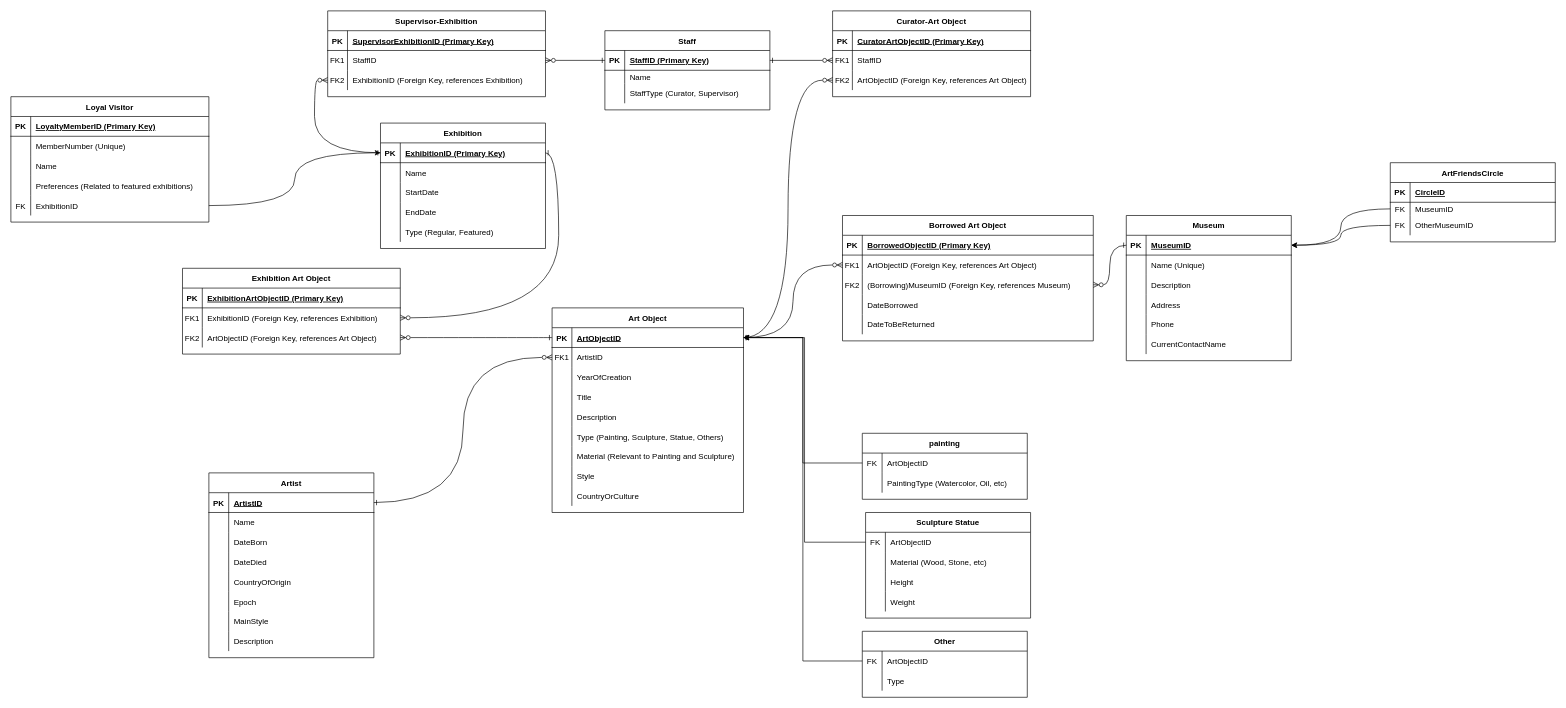
Before: 未命名绘图.drawio in Kehong254/DatabaseCA2, a draw.io diagram. Source tidied: cells renumbered, new cells numbered last; positions are measured from the earlier drawing's top-left corner, leaving out a move shared by most shapes. Both pictures are drawn from the tidied source at 66%, with x=0, y=0 at pixel (11, 11).
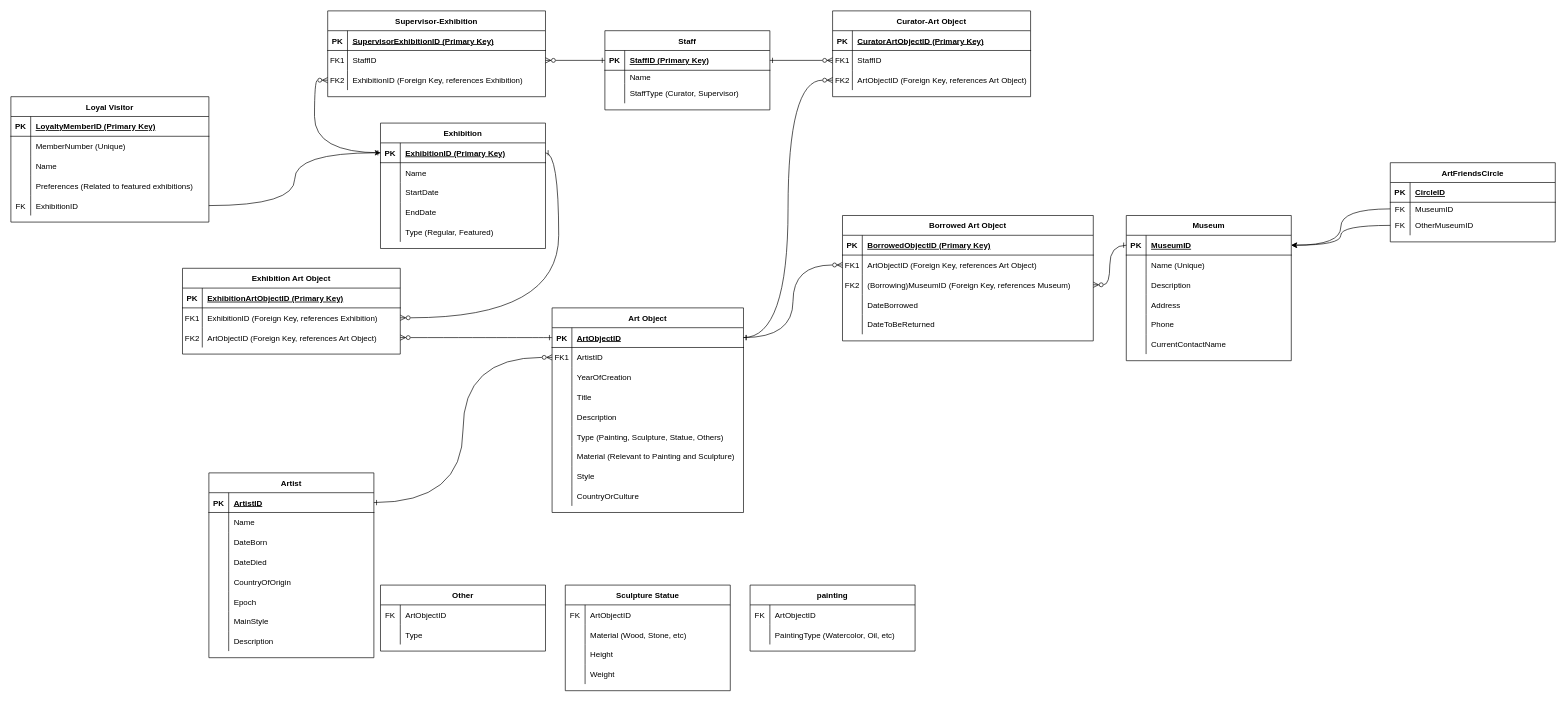
After the change.

Commit message:
更新未命名绘图.drawio

The change refers to these unchanged cells:
```xml
<mxCell id="93" style="shape=partialRectangle;fillColor=none;points=[[0,0.5],[1,0.5]];portConstraint=eastwest;top=0;left=0;right=0;bottom=1;" parent="92" vertex="1">
  <mxGeometry y="30" width="290" height="30" as="geometry" />
</mxCell>
<mxCell id="148" style="shape=partialRectangle;fillColor=none;points=[[0,0.5],[1,0.5]];portConstraint=eastwest;top=0;left=0;right=0;bottom=0;" parent="147" vertex="1">
  <mxGeometry y="30" width="250" height="30" as="geometry" />
</mxCell>
<mxCell id="155" style="shape=partialRectangle;fillColor=none;points=[[0,0.5],[1,0.5]];portConstraint=eastwest;top=0;left=0;right=0;bottom=0;" parent="154" vertex="1">
  <mxGeometry y="30" width="250" height="30" as="geometry" />
</mxCell>
<mxCell id="168" style="shape=partialRectangle;fillColor=none;points=[[0,0.5],[1,0.5]];portConstraint=eastwest;top=0;left=0;right=0;bottom=0;" parent="167" vertex="1">
  <mxGeometry y="30" width="250" height="30" as="geometry" />
</mxCell>
```

Change to the diagram source:
```diff
@@
     <mxCell id="147" value="painting" style="shape=table;startSize=30;childLayout=tableLayout;rowLines=0;fontStyle=1;align=center;" parent="1" vertex="1">
-      <mxGeometry x="1290" y="640" width="250" height="100" as="geometry" />
+      <mxGeometry x="1120" y="870" width="250" height="100" as="geometry" />
     </mxCell>
@@
     <mxCell id="154" value="Sculpture Statue" style="shape=table;startSize=30;childLayout=tableLayout;rowLines=0;fontStyle=1;align=center;" parent="1" vertex="1">
-      <mxGeometry x="1295" y="760" width="250" height="160" as="geometry" />
+      <mxGeometry x="840" y="870" width="250" height="160" as="geometry" />
     </mxCell>
@@
     <mxCell id="167" value="Other" style="shape=table;startSize=30;childLayout=tableLayout;rowLines=0;fontStyle=1;align=center;" parent="1" vertex="1">
-      <mxGeometry x="1290" y="940" width="250" height="100" as="geometry" />
+      <mxGeometry x="560" y="870" width="250" height="100" as="geometry" />
     </mxCell>
@@
-    <mxCell id="199" style="edgeStyle=orthogonalEdgeStyle;rounded=0;jettySize=auto;html=1;" parent="1" edge="1" source="148" target="93">
-      <mxGeometry relative="1" as="geometry" />
-    </mxCell>
-    <mxCell id="200" style="edgeStyle=orthogonalEdgeStyle;rounded=0;jettySize=auto;html=1;" parent="1" edge="1" source="155" target="93">
-      <mxGeometry relative="1" as="geometry" />
-    </mxCell>
-    <mxCell id="201" style="edgeStyle=orthogonalEdgeStyle;rounded=0;jettySize=auto;html=1;" parent="1" edge="1" source="168" target="93">
-      <mxGeometry relative="1" as="geometry" />
-    </mxCell>
```
